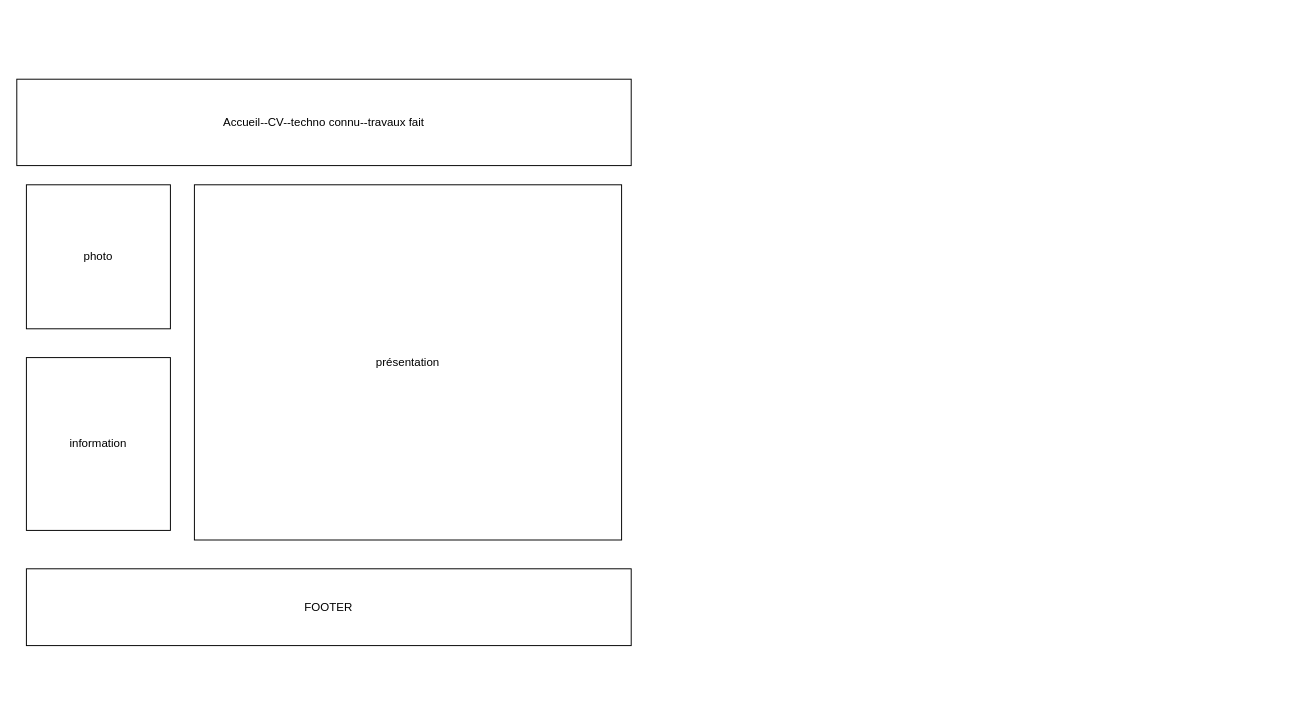
Before: wireframe.drawio in Pmaioranool/b2_efrei_dev_portfolio_stage, a draw.io diagram. Source tidied: cells renumbered, new cells numbered last; positions are measured from the earlier drawing's top-left corner, leaving out a move shared by most shapes. Both pictures are drawn from the tidied source at 96%, with x=0, y=0 at pixel (16, 79).
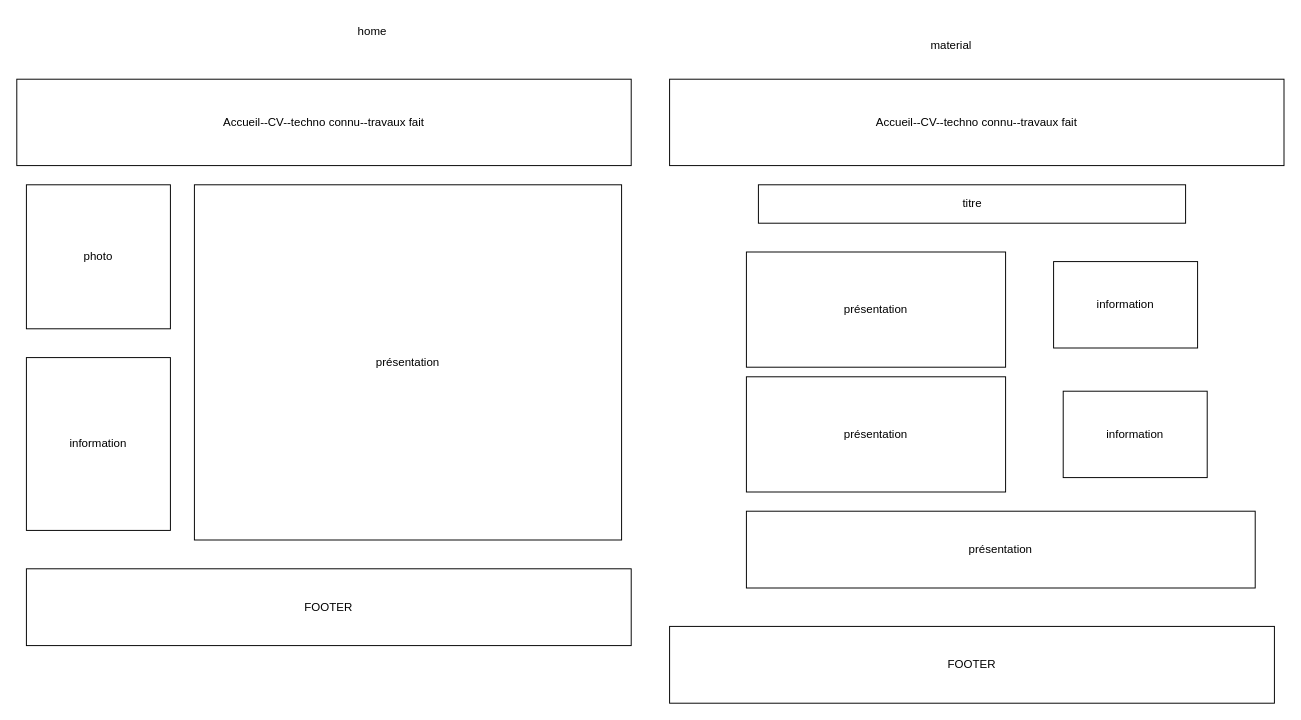
The same page after the edit.

Commit message:
[Add] wireframe for materials view

Change to the diagram source:
```diff
@@
 <mxGraphModel>
   <root>
     <mxCell id="0" />
     <mxCell id="1" parent="0" />
     <mxCell id="2" value="Accueil--CV--techno connu--travaux fait" style="rounded=0;whiteSpace=wrap;html=1;" parent="1" vertex="1">
       <mxGeometry width="640" height="90" as="geometry" />
     </mxCell>
     <mxCell id="3" value="présentation" style="rounded=0;whiteSpace=wrap;html=1;" parent="1" vertex="1">
       <mxGeometry x="185" y="110" width="445" height="370" as="geometry" />
     </mxCell>
     <mxCell id="4" value="information" style="rounded=0;whiteSpace=wrap;html=1;" parent="1" vertex="1">
       <mxGeometry x="10" y="290" width="150" height="180" as="geometry" />
     </mxCell>
     <mxCell id="5" value="photo" style="rounded=0;whiteSpace=wrap;html=1;" parent="1" vertex="1">
       <mxGeometry x="10" y="110" width="150" height="150" as="geometry" />
     </mxCell>
     <mxCell id="6" value="FOOTER" style="rounded=0;whiteSpace=wrap;html=1;" parent="1" vertex="1">
       <mxGeometry x="10" y="510" width="630" height="80" as="geometry" />
     </mxCell>
+    <mxCell id="7" value="Accueil--CV--techno connu--travaux fait" style="rounded=0;whiteSpace=wrap;html=1;" parent="1" vertex="1">
+      <mxGeometry x="680" width="640" height="90" as="geometry" />
+    </mxCell>
+    <mxCell id="8" value="FOOTER" style="rounded=0;whiteSpace=wrap;html=1;" parent="1" vertex="1">
+      <mxGeometry x="680" y="570" width="630" height="80" as="geometry" />
+    </mxCell>
+    <mxCell id="9" value="home" style="text;html=1;align=center;verticalAlign=middle;strokeColor=none;fillColor=none;" parent="1" vertex="1">
+      <mxGeometry x="345" y="-65" width="50" height="30" as="geometry" />
+    </mxCell>
+    <mxCell id="10" value="material" style="text;html=1;align=center;verticalAlign=middle;strokeColor=none;fillColor=none;" parent="1" vertex="1">
+      <mxGeometry x="937.5" y="-50" width="70" height="30" as="geometry" />
+    </mxCell>
+    <mxCell id="11" value="titre" style="rounded=0;whiteSpace=wrap;html=1;" parent="1" vertex="1">
+      <mxGeometry x="772.5" y="110" width="445" height="40" as="geometry" />
+    </mxCell>
+    <mxCell id="12" value="présentation" style="rounded=0;whiteSpace=wrap;html=1;" parent="1" vertex="1">
+      <mxGeometry x="760" y="180" width="270" height="120" as="geometry" />
+    </mxCell>
+    <mxCell id="13" value="présentation" style="rounded=0;whiteSpace=wrap;html=1;" parent="1" vertex="1">
+      <mxGeometry x="760" y="450" width="530" height="80" as="geometry" />
+    </mxCell>
+    <mxCell id="14" value="présentation" style="rounded=0;whiteSpace=wrap;html=1;" parent="1" vertex="1">
+      <mxGeometry x="760" y="310" width="270" height="120" as="geometry" />
+    </mxCell>
+    <mxCell id="15" value="information" style="rounded=0;whiteSpace=wrap;html=1;" parent="1" vertex="1">
+      <mxGeometry x="1080" y="190" width="150" height="90" as="geometry" />
+    </mxCell>
+    <mxCell id="16" value="information" style="rounded=0;whiteSpace=wrap;html=1;" parent="1" vertex="1">
+      <mxGeometry x="1090" y="325" width="150" height="90" as="geometry" />
+    </mxCell>
   </root>
 </mxGraphModel>
```
